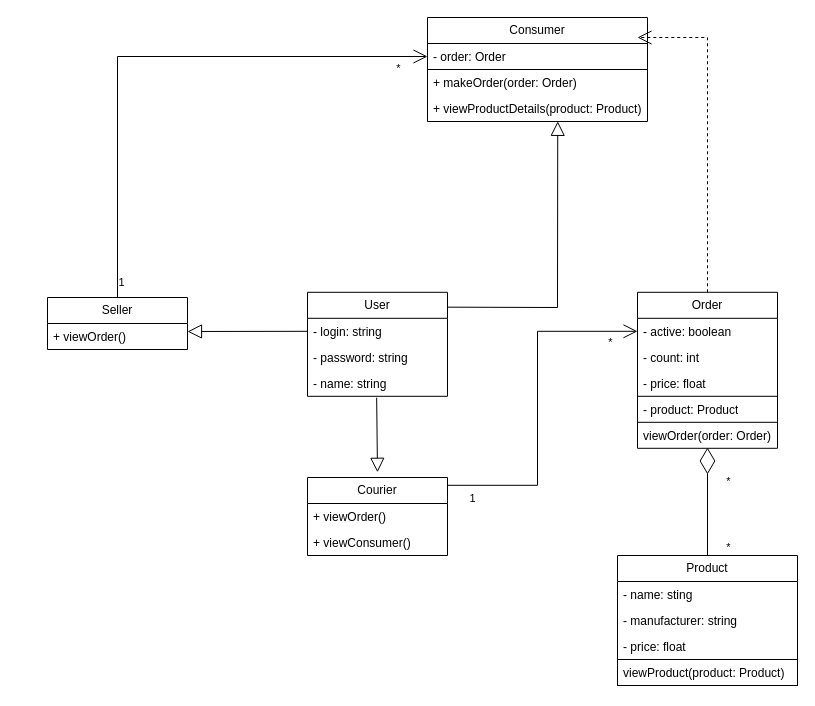
The draw.io diagram 2-SoftwareDesign/2.5-UMLProgramClasses/UMLProgramClasses.drawio in oleksandrblazhko/ai-211-yushenko, before the edit. Source tidied: cells renumbered, new cells numbered last; positions are measured from the earlier drawing's top-left corner, leaving out a move shared by most shapes. Both pictures are drawn from the tidied source at 100%, with x=0, y=0 at pixel (47, 17).
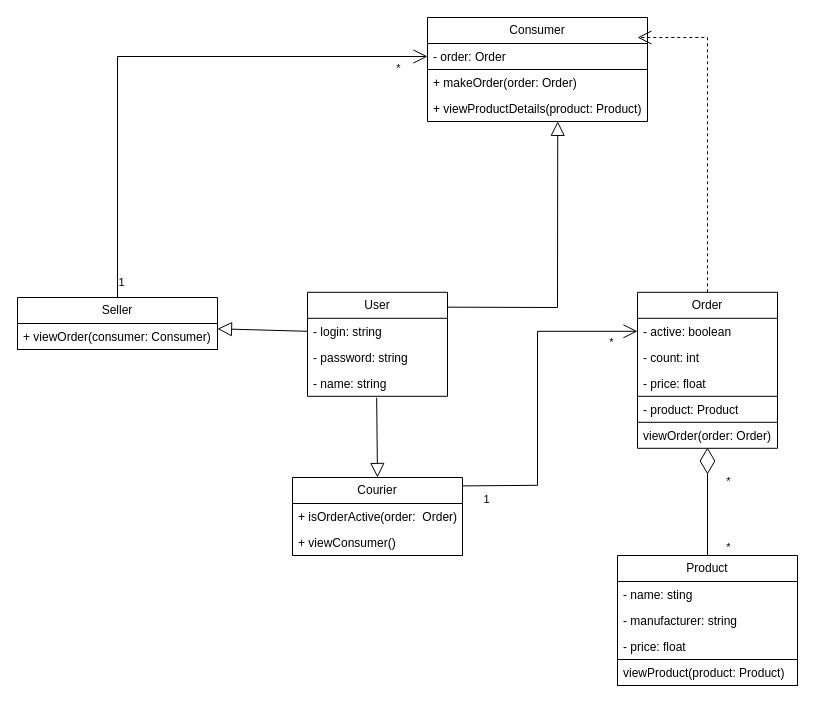
The same page after the edit.

Unchanged cells that the change refers to:
```xml
<mxCell id="3" value="- login: string" style="text;strokeColor=none;fillColor=none;align=left;verticalAlign=top;spacingLeft=4;spacingRight=4;overflow=hidden;points=[[0,0.5],[1,0.5]];portConstraint=eastwest;whiteSpace=wrap;html=1;" parent="2" vertex="1">
  <mxGeometry y="26" width="140" height="26" as="geometry" />
</mxCell>
<mxCell id="5" value="- name: string" style="text;strokeColor=none;fillColor=none;align=left;verticalAlign=top;spacingLeft=4;spacingRight=4;overflow=hidden;points=[[0,0.5],[1,0.5]];portConstraint=eastwest;whiteSpace=wrap;html=1;" parent="2" vertex="1">
  <mxGeometry y="78" width="140" height="26" as="geometry" />
</mxCell>
<mxCell id="11" value="- active: boolean" style="text;strokeColor=none;fillColor=none;align=left;verticalAlign=top;spacingLeft=4;spacingRight=4;overflow=hidden;points=[[0,0.5],[1,0.5]];portConstraint=eastwest;whiteSpace=wrap;html=1;" parent="10" vertex="1">
  <mxGeometry y="26" width="140" height="26" as="geometry" />
</mxCell>
```

Diff of the diagram source:
```diff
@@
-    <mxCell id="26" style="endArrow=block;endFill=0;endSize=12;html=1;rounded=0;exitX=0;exitY=0.5;exitDx=0;exitDy=0;" parent="1" edge="1" source="3">
+    <mxCell id="26" style="endArrow=block;endFill=0;endSize=12;html=1;rounded=0;exitX=0;exitY=0.5;exitDx=0;exitDy=0;entryX=1;entryY=0.203;entryDx=0;entryDy=0;entryPerimeter=0;" parent="1" edge="1" source="3">
       <mxGeometry relative="1" as="geometry">
-        <mxPoint x="140" y="314" as="targetPoint" />
+        <mxPoint x="170" y="311.3" as="targetPoint" />
       </mxGeometry>
     </mxCell>
-    <mxCell id="27" style="endArrow=block;endFill=0;endSize=12;html=1;rounded=0;exitX=0.494;exitY=1.055;exitDx=0;exitDy=0;entryX=0.5;entryY=0;entryDx=0;entryDy=0;exitPerimeter=0;" parent="1" edge="1" source="5">
-      <mxGeometry relative="1" as="geometry">
-        <mxPoint x="330" y="454.8" as="targetPoint" />
-      </mxGeometry>
+    <mxCell id="27" style="endArrow=block;endFill=0;endSize=12;html=1;rounded=0;exitX=0.494;exitY=1.055;exitDx=0;exitDy=0;entryX=0.5;entryY=0;entryDx=0;entryDy=0;exitPerimeter=0;" parent="1" edge="1" source="5" target="36">
+      <mxGeometry relative="1" as="geometry" />
     </mxCell>
-    <mxCell id="28" style="endArrow=open;endFill=1;endSize=12;html=1;rounded=0;exitX=1;exitY=0.25;exitDx=0;exitDy=0;entryX=0;entryY=0.5;entryDx=0;entryDy=0;" parent="1" edge="1" target="11">
+    <mxCell id="28" style="endArrow=open;endFill=1;endSize=12;html=1;rounded=0;exitX=1.002;exitY=0.108;exitDx=0;exitDy=0;entryX=0;entryY=0.5;entryDx=0;entryDy=0;exitPerimeter=0;" parent="1" edge="1" source="36" target="11">
       <mxGeometry relative="1" as="geometry">
-        <mxPoint x="400" y="467.8" as="sourcePoint" />
         <Array as="points">
           <mxPoint x="490" y="467.8" />
           <mxPoint x="490" y="313.8" />
         </Array>
       </mxGeometry>
     </mxCell>
@@
     <mxCell id="34" value="Seller" style="swimlane;fontStyle=0;horizontal=1;startSize=26;fillColor=none;whiteSpace=wrap;html=1;" parent="1" vertex="1">
-      <mxGeometry y="280" width="140" height="52" as="geometry" />
+      <mxGeometry x="-30" y="280" width="200" height="52" as="geometry" />
     </mxCell>
-    <mxCell id="35" value="+ viewOrder()" style="text;strokeColor=none;fillColor=none;align=left;verticalAlign=top;spacingLeft=4;spacingRight=4;overflow=hidden;whiteSpace=wrap;html=1;" parent="34" vertex="1">
-      <mxGeometry y="26" width="140" height="26" as="geometry" />
-    </mxCell>
+    <mxCell id="39" value="+ viewOrder(consumer: Consumer)" style="text;strokeColor=default;fillColor=none;align=left;verticalAlign=top;spacingLeft=4;spacingRight=4;overflow=hidden;whiteSpace=wrap;html=1;" parent="34" vertex="1">
+      <mxGeometry y="26" width="200" height="26" as="geometry" />
+    </mxCell>
     <mxCell id="36" value="Courier" style="swimlane;fontStyle=0;horizontal=1;startSize=26;fillColor=none;whiteSpace=wrap;html=1;" parent="1" vertex="1">
-      <mxGeometry x="260" y="460" width="140" height="78" as="geometry" />
+      <mxGeometry x="245" y="460" width="170" height="78" as="geometry" />
     </mxCell>
-    <mxCell id="37" value="+ viewOrder()" style="text;strokeColor=none;fillColor=none;align=left;verticalAlign=top;spacingLeft=4;spacingRight=4;overflow=hidden;whiteSpace=wrap;html=1;" parent="36" vertex="1">
-      <mxGeometry y="26" width="140" height="26" as="geometry" />
+    <mxCell id="37" value="+ isOrderActive(order:&amp;nbsp; Order)" style="text;strokeColor=none;fillColor=none;align=left;verticalAlign=top;spacingLeft=4;spacingRight=4;overflow=hidden;whiteSpace=wrap;html=1;" parent="36" vertex="1">
+      <mxGeometry y="26" width="170" height="26" as="geometry" />
     </mxCell>
     <mxCell id="38" value="+ viewConsumer()" style="text;strokeColor=none;fillColor=none;align=left;verticalAlign=top;spacingLeft=4;spacingRight=4;overflow=hidden;whiteSpace=wrap;html=1;" parent="36" vertex="1">
-      <mxGeometry y="52" width="140" height="26" as="geometry" />
+      <mxGeometry y="52" width="170" height="26" as="geometry" />
     </mxCell>
```
